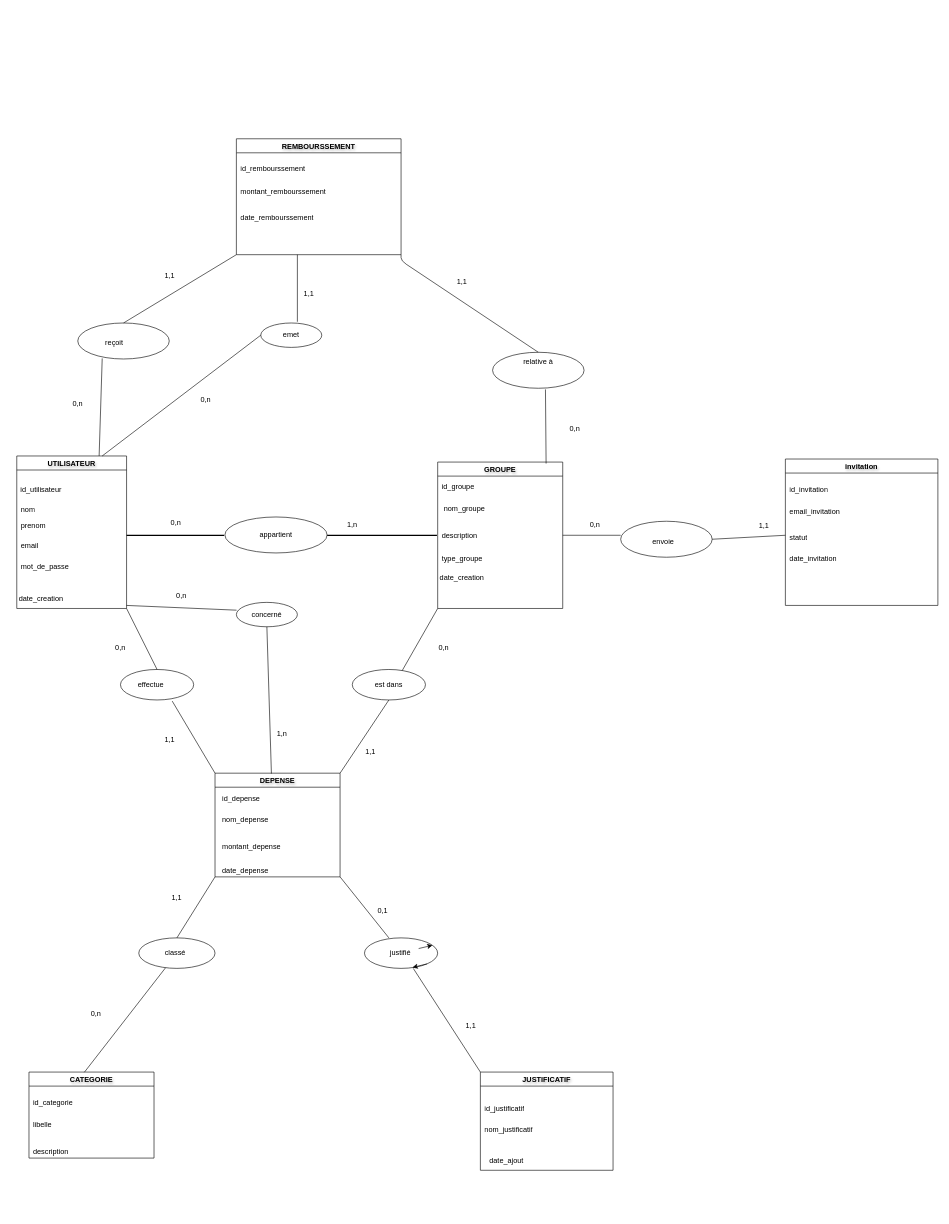
Earlier version of the draw.io diagram page "Page-1" (1 of 2) of SUPCOUNT/MODELISATION/mcd.drawio (KNANETTE/PROJET_SQL_-BSIC-2). Source tidied: cells renumbered, new cells numbered last; positions are measured from the earlier drawing's top-left corner, leaving out a move shared by most shapes. Both pictures are drawn from the tidied source at 61%, with x=0, y=0 at pixel (10, 138).
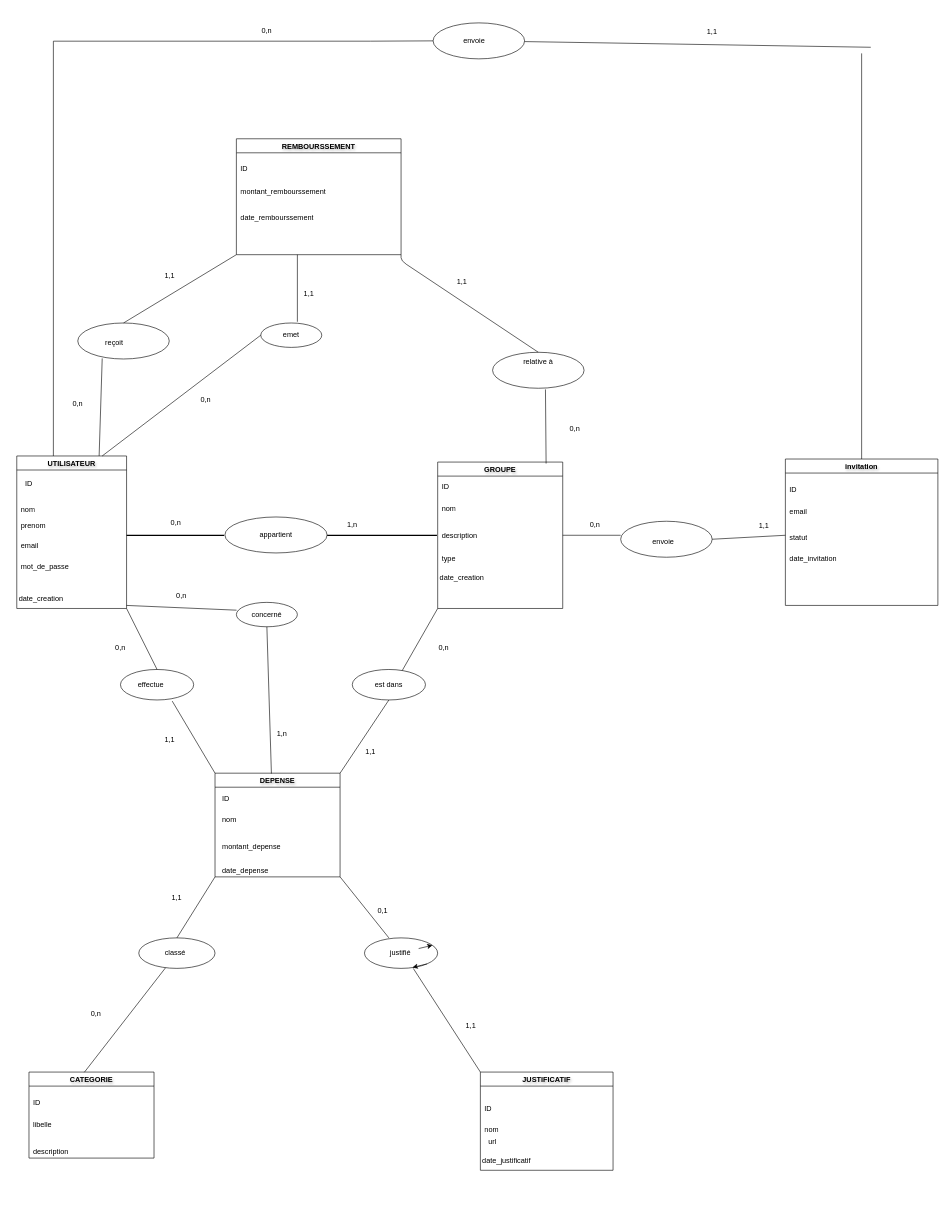
After the change.

Unchanged cells that the change refers to:
```xml
<mxCell id="2" value="UTILISATEUR" style="swimlane;textShadow=1;" parent="1" vertex="1">
  <mxGeometry x="10" y="520" width="180" height="250" as="geometry" />
</mxCell>
<mxCell id="17" style="shape=tableRow;horizontal=0;startSize=0;swimlaneHead=0;swimlaneBody=0;strokeColor=inherit;fillColor=none;fontSize=16;" parent="16" vertex="1">
  <mxGeometry width="180" height="19" as="geometry" />
</mxCell>
<mxCell id="19" style="shape=tableRow;horizontal=0;startSize=0;swimlaneHead=0;swimlaneBody=0;strokeColor=inherit;fillColor=none;fontSize=16;" parent="16" vertex="1">
  <mxGeometry y="19" width="180" height="53" as="geometry" />
</mxCell>
<mxCell id="23" style="shape=tableRow;horizontal=0;startSize=0;swimlaneHead=0;swimlaneBody=0;strokeColor=inherit;fillColor=none;fontSize=16;" parent="16" vertex="1">
  <mxGeometry y="110" width="180" height="35" as="geometry" />
</mxCell>
<mxCell id="28" style="shape=tableRow;horizontal=0;startSize=0;swimlaneHead=0;swimlaneBody=0;strokeColor=inherit;fillColor=none;fontSize=16;" parent="27" vertex="1">
  <mxGeometry width="130" height="18" as="geometry" />
</mxCell>
<mxCell id="30" style="shape=tableRow;horizontal=0;startSize=0;swimlaneHead=0;swimlaneBody=0;strokeColor=inherit;fillColor=none;fontSize=16;" parent="27" vertex="1">
  <mxGeometry y="18" width="130" height="52" as="geometry" />
</mxCell>
<mxCell id="38" style="shape=tableRow;horizontal=0;startSize=0;swimlaneHead=0;swimlaneBody=0;strokeColor=inherit;fillColor=none;fontSize=16;" parent="37" vertex="1">
  <mxGeometry width="180" height="20" as="geometry" />
</mxCell>
<mxCell id="46" value="JUSTIFICATIF" style="swimlane;textShadow=1;startSize=23;" parent="1" vertex="1">
  <mxGeometry x="770" y="1530" width="217.5" height="161" as="geometry" />
</mxCell>
<mxCell id="48" style="shape=tableRow;horizontal=0;startSize=0;swimlaneHead=0;swimlaneBody=0;strokeColor=inherit;fillColor=none;fontSize=16;" parent="47" vertex="1">
  <mxGeometry width="125" height="22" as="geometry" />
</mxCell>
<mxCell id="50" style="shape=tableRow;horizontal=0;startSize=0;swimlaneHead=0;swimlaneBody=0;strokeColor=inherit;fillColor=none;fontSize=16;" parent="47" vertex="1">
  <mxGeometry y="22" width="125" height="46" as="geometry" />
</mxCell>
<mxCell id="59" style="shape=tableRow;horizontal=0;startSize=0;swimlaneHead=0;swimlaneBody=0;strokeColor=inherit;fillColor=none;fontSize=16;" parent="58" vertex="1">
  <mxGeometry width="180" height="20" as="geometry" />
</mxCell>
<mxCell id="67" value="invitation" style="swimlane;textShadow=1;" parent="1" vertex="1">
  <mxGeometry x="1270" y="525" width="250" height="240" as="geometry" />
</mxCell>
<mxCell id="69" style="shape=tableRow;horizontal=0;startSize=0;swimlaneHead=0;swimlaneBody=0;strokeColor=inherit;fillColor=none;fontSize=16;" parent="68" vertex="1">
  <mxGeometry width="180" height="20" as="geometry" />
</mxCell>
<mxCell id="71" style="shape=tableRow;horizontal=0;startSize=0;swimlaneHead=0;swimlaneBody=0;strokeColor=inherit;fillColor=none;fontSize=16;" parent="68" vertex="1">
  <mxGeometry y="20" width="180" height="53" as="geometry" />
</mxCell>
```

What changed in the source:
```diff
@@
-    <mxCell id="13" value="id_utilisateur" style="text;html=1;whiteSpace=wrap;strokeColor=none;fillColor=none;align=center;verticalAlign=middle;rounded=0;" parent="2" vertex="1">
-      <mxGeometry x="10" y="40" width="60" height="30" as="geometry" />
+    <mxCell id="13" value="ID" style="text;html=1;whiteSpace=wrap;strokeColor=none;fillColor=none;align=center;verticalAlign=middle;rounded=0;" parent="2" vertex="1">
+      <mxGeometry x="-10" y="30" width="60" height="30" as="geometry" />
     </mxCell>
@@
-    <mxCell id="18" value="id_groupe" style="shape=partialRectangle;html=1;whiteSpace=wrap;strokeColor=inherit;overflow=hidden;fillColor=none;fontSize=12;align=left;spacingLeft=5;" parent="17" vertex="1">
+    <mxCell id="18" value="ID" style="shape=partialRectangle;html=1;whiteSpace=wrap;strokeColor=inherit;overflow=hidden;fillColor=none;fontSize=12;align=left;spacingLeft=5;" parent="17" vertex="1">
       <mxGeometry width="180" height="19" as="geometry" />
     </mxCell>
@@
-    <mxCell id="20" value="&amp;nbsp;nom_groupe" style="shape=partialRectangle;html=1;whiteSpace=wrap;strokeColor=inherit;overflow=hidden;fillColor=none;fontSize=12;align=left;spacingLeft=5;" parent="19" vertex="1">
+    <mxCell id="20" value="nom" style="shape=partialRectangle;html=1;whiteSpace=wrap;strokeColor=inherit;overflow=hidden;fillColor=none;fontSize=12;align=left;spacingLeft=5;" parent="19" vertex="1">
       <mxGeometry width="180" height="53" as="geometry" />
     </mxCell>
@@
-    <mxCell id="24" value="type_groupe" style="shape=partialRectangle;html=1;whiteSpace=wrap;strokeColor=inherit;overflow=hidden;fillColor=none;fontSize=12;align=left;spacingLeft=5;" parent="23" vertex="1">
+    <mxCell id="24" value="type" style="shape=partialRectangle;html=1;whiteSpace=wrap;strokeColor=inherit;overflow=hidden;fillColor=none;fontSize=12;align=left;spacingLeft=5;" parent="23" vertex="1">
       <mxGeometry width="180" height="35" as="geometry" />
     </mxCell>
@@
-    <mxCell id="29" value="id_depense" style="shape=partialRectangle;html=1;whiteSpace=wrap;strokeColor=inherit;overflow=hidden;fillColor=none;fontSize=12;align=left;spacingLeft=5;" parent="28" vertex="1">
+    <mxCell id="29" value="ID" style="shape=partialRectangle;html=1;whiteSpace=wrap;strokeColor=inherit;overflow=hidden;fillColor=none;fontSize=12;align=left;spacingLeft=5;" parent="28" vertex="1">
       <mxGeometry width="130" height="18" as="geometry" />
     </mxCell>
@@
-    <mxCell id="31" value="nom_depense" style="shape=partialRectangle;html=1;whiteSpace=wrap;strokeColor=inherit;overflow=hidden;fillColor=none;fontSize=12;align=left;spacingLeft=5;" parent="30" vertex="1">
+    <mxCell id="31" value="nom" style="shape=partialRectangle;html=1;whiteSpace=wrap;strokeColor=inherit;overflow=hidden;fillColor=none;fontSize=12;align=left;spacingLeft=5;" parent="30" vertex="1">
       <mxGeometry width="130" height="52" as="geometry" />
     </mxCell>
@@
-    <mxCell id="39" value="id_categorie" style="shape=partialRectangle;html=1;whiteSpace=wrap;strokeColor=inherit;overflow=hidden;fillColor=none;fontSize=12;align=left;spacingLeft=5;" parent="38" vertex="1">
+    <mxCell id="39" value="ID" style="shape=partialRectangle;html=1;whiteSpace=wrap;strokeColor=inherit;overflow=hidden;fillColor=none;fontSize=12;align=left;spacingLeft=5;" parent="38" vertex="1">
       <mxGeometry width="180" height="20" as="geometry" />
     </mxCell>
@@
-    <mxCell id="49" value="id_justificatif" style="shape=partialRectangle;html=1;whiteSpace=wrap;strokeColor=inherit;overflow=hidden;fillColor=none;fontSize=12;align=left;spacingLeft=5;" parent="48" vertex="1">
+    <mxCell id="49" value="ID" style="shape=partialRectangle;html=1;whiteSpace=wrap;strokeColor=inherit;overflow=hidden;fillColor=none;fontSize=12;align=left;spacingLeft=5;" parent="48" vertex="1">
       <mxGeometry width="125" height="22" as="geometry" />
     </mxCell>
@@
-    <mxCell id="51" value="nom_justificatif" style="shape=partialRectangle;html=1;whiteSpace=wrap;strokeColor=inherit;overflow=hidden;fillColor=none;fontSize=12;align=left;spacingLeft=5;" parent="50" vertex="1">
+    <mxCell id="51" value="nom" style="shape=partialRectangle;html=1;whiteSpace=wrap;strokeColor=inherit;overflow=hidden;fillColor=none;fontSize=12;align=left;spacingLeft=5;" parent="50" vertex="1">
       <mxGeometry width="125" height="46" as="geometry" />
     </mxCell>
@@
-    <mxCell id="56" value="date_ajout" style="text;html=1;whiteSpace=wrap;strokeColor=none;fillColor=none;align=center;verticalAlign=middle;rounded=0;" parent="46" vertex="1">
+    <mxCell id="56" value="date_justificatif" style="text;html=1;whiteSpace=wrap;strokeColor=none;fillColor=none;align=center;verticalAlign=middle;rounded=0;" parent="46" vertex="1">
       <mxGeometry x="12.5" y="130" width="60" height="30" as="geometry" />
     </mxCell>
+    <mxCell id="141" value="url" style="text;html=1;whiteSpace=wrap;strokeColor=none;fillColor=none;align=center;verticalAlign=middle;rounded=0;" parent="46" vertex="1">
+      <mxGeometry x="-10" y="100" width="60" height="30" as="geometry" />
+    </mxCell>
@@
-    <mxCell id="60" value="id_rembourssement" style="shape=partialRectangle;html=1;whiteSpace=wrap;strokeColor=inherit;overflow=hidden;fillColor=none;fontSize=12;align=left;spacingLeft=5;" parent="59" vertex="1">
+    <mxCell id="60" value="ID" style="shape=partialRectangle;html=1;whiteSpace=wrap;strokeColor=inherit;overflow=hidden;fillColor=none;fontSize=12;align=left;spacingLeft=5;" parent="59" vertex="1">
       <mxGeometry width="180" height="20" as="geometry" />
     </mxCell>
@@
-    <mxCell id="70" value="id_invitation" style="shape=partialRectangle;html=1;whiteSpace=wrap;strokeColor=inherit;overflow=hidden;fillColor=none;fontSize=12;align=left;spacingLeft=5;" parent="69" vertex="1">
+    <mxCell id="70" value="ID" style="shape=partialRectangle;html=1;whiteSpace=wrap;strokeColor=inherit;overflow=hidden;fillColor=none;fontSize=12;align=left;spacingLeft=5;" parent="69" vertex="1">
       <mxGeometry width="180" height="20" as="geometry" />
     </mxCell>
@@
-    <mxCell id="72" value="email_invitation" style="shape=partialRectangle;html=1;whiteSpace=wrap;strokeColor=inherit;overflow=hidden;fillColor=none;fontSize=12;align=left;spacingLeft=5;" parent="71" vertex="1">
+    <mxCell id="72" value="email" style="shape=partialRectangle;html=1;whiteSpace=wrap;strokeColor=inherit;overflow=hidden;fillColor=none;fontSize=12;align=left;spacingLeft=5;" parent="71" vertex="1">
       <mxGeometry width="180" height="53" as="geometry" />
     </mxCell>
@@
+    <mxCell id="142" style="endArrow=none;html=1;" parent="1" edge="1">
+      <mxGeometry relative="1" as="geometry">
+        <mxPoint x="70" y="520" as="sourcePoint" />
+        <mxPoint x="70" y="-160" as="targetPoint" />
+      </mxGeometry>
+    </mxCell>
+    <mxCell id="143" style="endArrow=none;html=1;" parent="1" edge="1">
+      <mxGeometry relative="1" as="geometry">
+        <mxPoint x="70" y="-160" as="sourcePoint" />
+        <mxPoint x="590" y="-160" as="targetPoint" />
+      </mxGeometry>
+    </mxCell>
+    <mxCell id="144" style="endArrow=none;html=1;" parent="1" edge="1" source="147">
+      <mxGeometry relative="1" as="geometry">
+        <mxPoint x="1410" y="-150" as="targetPoint" />
+      </mxGeometry>
+    </mxCell>
+    <mxCell id="145" style="endArrow=none;html=1;" parent="1" edge="1" source="67">
+      <mxGeometry relative="1" as="geometry">
+        <mxPoint x="1395" y="-140" as="targetPoint" />
+      </mxGeometry>
+    </mxCell>
+    <mxCell id="146" style="endArrow=none;html=1;" parent="1" edge="1" target="147">
+      <mxGeometry relative="1" as="geometry">
+        <mxPoint x="590" y="-160" as="sourcePoint" />
+      </mxGeometry>
+    </mxCell>
+    <mxCell id="147" style="ellipse;whiteSpace=wrap;html=1;shapeInside=1;" parent="1" vertex="1">
+      <mxGeometry x="692.5" y="-190" width="150" height="59" as="geometry" />
+    </mxCell>
+    <mxCell id="148" value="envoie" style="text;html=1;whiteSpace=wrap;strokeColor=none;fillColor=none;align=center;verticalAlign=middle;rounded=0;" parent="1" vertex="1">
+      <mxGeometry x="730" y="-175" width="60" height="30" as="geometry" />
+    </mxCell>
+    <mxCell id="149" value="1,1" style="text;html=1;whiteSpace=wrap;strokeColor=none;fillColor=none;align=center;verticalAlign=middle;rounded=0;" parent="1" vertex="1">
+      <mxGeometry x="1120" y="-190" width="60" height="30" as="geometry" />
+    </mxCell>
+    <mxCell id="150" value="0,n" style="text;html=1;whiteSpace=wrap;strokeColor=none;fillColor=none;align=center;verticalAlign=middle;rounded=0;" parent="1" vertex="1">
+      <mxGeometry x="390" y="-210" width="60" height="65" as="geometry" />
+    </mxCell>
```
